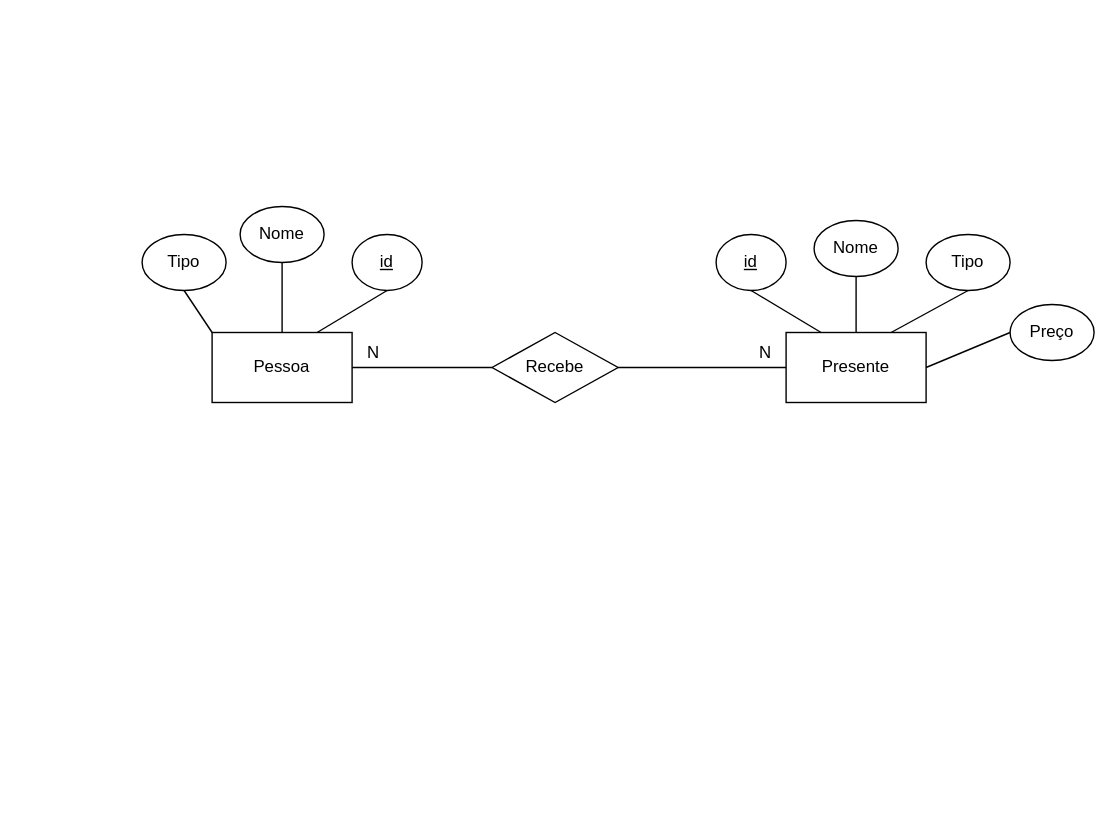
This is ambiente-de-dados/atividade-4/atividade-04-der.drawio from caiociribeiro/unifor-2025.1, a draw.io file, before an edit. Source tidied: cells renumbered, new cells numbered last; positions are measured from the earlier drawing's top-left corner, leaving out a move shared by most shapes. Both pictures are drawn from the tidied source at 140%, with x=0, y=0 at pixel (141, 206).
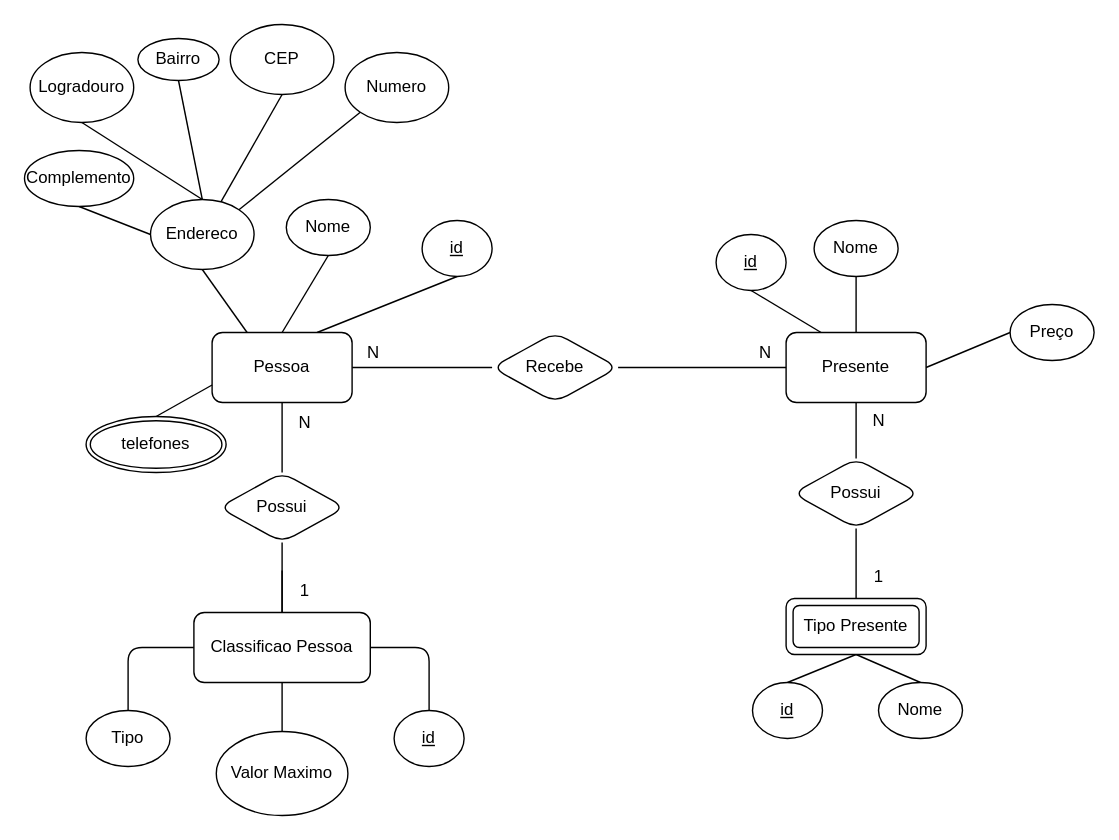
The same diagram, later.

Commit message (it also covers changes not shown here):
adiciona atividade 04 de ambiente de dados

The edit, as a diff of the source:
```diff
@@
-    <mxCell id="2" style="rounded=0;jettySize=auto;html=1;exitX=0.25;exitY=0;exitDx=0;exitDy=0;entryX=0.5;entryY=1;entryDx=0;entryDy=0;endArrow=none;startFill=0;" parent="1" edge="1" source="5" target="6">
+    <mxCell id="2" style="rounded=1;jettySize=auto;html=1;exitX=0.25;exitY=0;exitDx=0;exitDy=0;entryX=0.5;entryY=1;entryDx=0;entryDy=0;endArrow=none;startFill=0;labelBackgroundColor=none;fontColor=default;" parent="1" edge="1" source="5" target="6">
       <mxGeometry relative="1" as="geometry" />
     </mxCell>
-    <mxCell id="3" style="rounded=0;jettySize=auto;html=1;exitX=0.5;exitY=0;exitDx=0;exitDy=0;entryX=0.5;entryY=1;entryDx=0;entryDy=0;endArrow=none;startFill=0;" parent="1" edge="1" source="5" target="7">
+    <mxCell id="3" style="rounded=1;jettySize=auto;html=1;exitX=0.5;exitY=0;exitDx=0;exitDy=0;entryX=0.5;entryY=1;entryDx=0;entryDy=0;endArrow=none;startFill=0;labelBackgroundColor=none;fontColor=default;" parent="1" edge="1" source="5" target="7">
       <mxGeometry relative="1" as="geometry" />
     </mxCell>
-    <mxCell id="4" style="rounded=0;jettySize=auto;html=1;exitX=0.75;exitY=0;exitDx=0;exitDy=0;entryX=0.5;entryY=1;entryDx=0;entryDy=0;endArrow=none;startFill=0;" parent="1" edge="1" source="5" target="10">
-      <mxGeometry relative="1" as="geometry" />
-    </mxCell>
+    <mxCell id="23" style="edgeStyle=orthogonalEdgeStyle;rounded=1;jettySize=auto;html=1;exitX=0.5;exitY=1;exitDx=0;exitDy=0;entryX=0.5;entryY=0;entryDx=0;entryDy=0;endArrow=none;startFill=0;" parent="1" edge="1" source="5" target="56">
+      <mxGeometry relative="1" as="geometry" />
+    </mxCell>
-    <mxCell id="5" value="Presente" style="html=1;dashed=0;whiteSpace=wrap;" parent="1" vertex="1">
+    <mxCell id="5" value="Presente" style="html=1;dashed=0;whiteSpace=wrap;rounded=1;labelBackgroundColor=none;" parent="1" vertex="1">
       <mxGeometry x="460" y="90" width="100" height="50" as="geometry" />
     </mxCell>
-    <mxCell id="6" value="&lt;u&gt;id&lt;/u&gt;" style="ellipse;whiteSpace=wrap;html=1;align=center;" parent="1" vertex="1">
+    <mxCell id="6" value="&lt;u&gt;id&lt;/u&gt;" style="ellipse;whiteSpace=wrap;html=1;align=center;rounded=1;labelBackgroundColor=none;" parent="1" vertex="1">
       <mxGeometry x="410" y="20" width="50" height="40" as="geometry" />
     </mxCell>
-    <mxCell id="7" value="Nome" style="ellipse;whiteSpace=wrap;html=1;align=center;" parent="1" vertex="1">
+    <mxCell id="7" value="Nome" style="ellipse;whiteSpace=wrap;html=1;align=center;rounded=1;labelBackgroundColor=none;" parent="1" vertex="1">
       <mxGeometry x="480" y="10" width="60" height="40" as="geometry" />
     </mxCell>
-    <mxCell id="8" value="Preço" style="ellipse;whiteSpace=wrap;html=1;align=center;" parent="1" vertex="1">
+    <mxCell id="8" value="Preço" style="ellipse;whiteSpace=wrap;html=1;align=center;rounded=1;labelBackgroundColor=none;" parent="1" vertex="1">
       <mxGeometry x="620" y="70" width="60" height="40" as="geometry" />
     </mxCell>
-    <mxCell id="9" style="rounded=0;jettySize=auto;html=1;exitX=1;exitY=0.5;exitDx=0;exitDy=0;entryX=0;entryY=0.5;entryDx=0;entryDy=0;endArrow=none;startFill=0;" parent="1" edge="1" source="5" target="8">
+    <mxCell id="9" style="rounded=1;jettySize=auto;html=1;exitX=1;exitY=0.5;exitDx=0;exitDy=0;entryX=0;entryY=0.5;entryDx=0;entryDy=0;endArrow=none;startFill=0;labelBackgroundColor=none;fontColor=default;" parent="1" edge="1" source="5" target="8">
       <mxGeometry relative="1" as="geometry" />
     </mxCell>
-    <mxCell id="10" value="Tipo" style="ellipse;whiteSpace=wrap;html=1;align=center;" parent="1" vertex="1">
-      <mxGeometry x="560" y="20" width="60" height="40" as="geometry" />
-    </mxCell>
-    <mxCell id="11" style="rounded=0;jettySize=auto;html=1;entryX=0;entryY=0.5;entryDx=0;entryDy=0;endArrow=none;startFill=0;" parent="1" edge="1" source="12" target="5">
+    <mxCell id="11" style="rounded=1;jettySize=auto;html=1;entryX=0;entryY=0.5;entryDx=0;entryDy=0;endArrow=none;startFill=0;labelBackgroundColor=none;fontColor=default;" parent="1" edge="1" source="12" target="5">
       <mxGeometry relative="1" as="geometry" />
     </mxCell>
-    <mxCell id="12" value="Recebe" style="shape=rhombus;html=1;dashed=0;whiteSpace=wrap;perimeter=rhombusPerimeter;" parent="1" vertex="1">
+    <mxCell id="12" value="Recebe" style="shape=rhombus;html=1;dashed=0;whiteSpace=wrap;perimeter=rhombusPerimeter;rounded=1;labelBackgroundColor=none;" parent="1" vertex="1">
       <mxGeometry x="250" y="90" width="90" height="50" as="geometry" />
     </mxCell>
-    <mxCell id="13" style="edgeStyle=orthogonalEdgeStyle;rounded=0;jettySize=auto;html=1;entryX=0;entryY=0.5;entryDx=0;entryDy=0;endArrow=none;startFill=0;" parent="1" edge="1" source="17" target="12">
+    <mxCell id="13" style="edgeStyle=orthogonalEdgeStyle;rounded=1;jettySize=auto;html=1;entryX=0;entryY=0.5;entryDx=0;entryDy=0;endArrow=none;startFill=0;labelBackgroundColor=none;fontColor=default;" parent="1" edge="1" source="17" target="12">
       <mxGeometry relative="1" as="geometry" />
     </mxCell>
-    <mxCell id="14" style="rounded=0;jettySize=auto;html=1;exitX=0.75;exitY=0;exitDx=0;exitDy=0;entryX=0.5;entryY=1;entryDx=0;entryDy=0;endArrow=none;startFill=0;" parent="1" edge="1" source="17" target="20">
+    <mxCell id="14" style="rounded=1;jettySize=auto;html=1;exitX=0.75;exitY=0;exitDx=0;exitDy=0;entryX=0.5;entryY=1;entryDx=0;entryDy=0;endArrow=none;startFill=0;labelBackgroundColor=none;fontColor=default;" parent="1" edge="1" source="17" target="20">
       <mxGeometry relative="1" as="geometry" />
     </mxCell>
-    <mxCell id="15" style="edgeStyle=orthogonalEdgeStyle;rounded=0;jettySize=auto;html=1;exitX=0.5;exitY=0;exitDx=0;exitDy=0;endArrow=none;startFill=0;entryX=0.5;entryY=1;entryDx=0;entryDy=0;" parent="1" edge="1" source="17" target="21">
+    <mxCell id="15" style="rounded=1;jettySize=auto;html=1;exitX=0.5;exitY=0;exitDx=0;exitDy=0;endArrow=none;startFill=0;entryX=0.5;entryY=1;entryDx=0;entryDy=0;labelBackgroundColor=none;fontColor=default;" parent="1" edge="1" source="17" target="21">
       <mxGeometry relative="1" as="geometry" />
     </mxCell>
-    <mxCell id="16" style="rounded=0;jettySize=auto;html=1;exitX=0;exitY=0;exitDx=0;exitDy=0;entryX=0.5;entryY=1;entryDx=0;entryDy=0;endArrow=none;startFill=0;" parent="1" edge="1" source="17" target="22">
-      <mxGeometry relative="1" as="geometry" />
-    </mxCell>
+    <mxCell id="24" style="edgeStyle=orthogonalEdgeStyle;rounded=1;jettySize=auto;html=1;exitX=0.5;exitY=1;exitDx=0;exitDy=0;entryX=0.5;entryY=0;entryDx=0;entryDy=0;endArrow=none;startFill=0;labelBackgroundColor=none;fontColor=default;" parent="1" edge="1" source="17" target="38">
+      <mxGeometry relative="1" as="geometry" />
+    </mxCell>
+    <mxCell id="25" style="rounded=1;jettySize=auto;html=1;exitX=0.25;exitY=0;exitDx=0;exitDy=0;entryX=0.5;entryY=1;entryDx=0;entryDy=0;endArrow=none;startFill=0;labelBackgroundColor=none;fontColor=default;" parent="1" edge="1" source="17" target="46">
+      <mxGeometry relative="1" as="geometry" />
+    </mxCell>
-    <mxCell id="17" value="Pessoa" style="html=1;dashed=0;whiteSpace=wrap;" parent="1" vertex="1">
+    <mxCell id="17" value="Pessoa" style="html=1;dashed=0;whiteSpace=wrap;rounded=1;labelBackgroundColor=none;" parent="1" vertex="1">
       <mxGeometry x="50" y="90" width="100" height="50" as="geometry" />
     </mxCell>
-    <mxCell id="18" value="N" style="text;html=1;align=center;verticalAlign=middle;strokeColor=none;fillColor=none;" parent="1" vertex="1">
+    <mxCell id="18" value="N" style="text;html=1;align=center;verticalAlign=middle;strokeColor=none;fillColor=none;rounded=1;labelBackgroundColor=none;" parent="1" vertex="1">
       <mxGeometry x="150" y="90" width="30" height="30" as="geometry" />
     </mxCell>
-    <mxCell id="19" value="N" style="text;html=1;align=center;verticalAlign=middle;strokeColor=none;fillColor=none;" parent="1" vertex="1">
+    <mxCell id="19" value="N" style="text;html=1;align=center;verticalAlign=middle;strokeColor=none;fillColor=none;rounded=1;labelBackgroundColor=none;" parent="1" vertex="1">
       <mxGeometry x="430" y="90" width="30" height="30" as="geometry" />
     </mxCell>
-    <mxCell id="20" value="&lt;u&gt;id&lt;/u&gt;" style="ellipse;whiteSpace=wrap;html=1;align=center;" parent="1" vertex="1">
-      <mxGeometry x="150" y="20" width="50" height="40" as="geometry" />
+    <mxCell id="20" value="&lt;u&gt;id&lt;/u&gt;" style="ellipse;whiteSpace=wrap;html=1;align=center;rounded=1;labelBackgroundColor=none;" parent="1" vertex="1">
+      <mxGeometry x="200" y="10" width="50" height="40" as="geometry" />
     </mxCell>
-    <mxCell id="21" value="Nome" style="ellipse;whiteSpace=wrap;html=1;align=center;" parent="1" vertex="1">
-      <mxGeometry x="70" width="60" height="40" as="geometry" />
+    <mxCell id="21" value="Nome" style="ellipse;whiteSpace=wrap;html=1;align=center;rounded=1;labelBackgroundColor=none;" parent="1" vertex="1">
+      <mxGeometry x="103" y="-5" width="60" height="40" as="geometry" />
     </mxCell>
-    <mxCell id="22" value="Tipo" style="ellipse;whiteSpace=wrap;html=1;align=center;" parent="1" vertex="1">
-      <mxGeometry y="20" width="60" height="40" as="geometry" />
-    </mxCell>
+    <mxCell id="26" style="rounded=1;jettySize=auto;html=1;exitX=0.5;exitY=0;exitDx=0;exitDy=0;entryX=0;entryY=0.75;entryDx=0;entryDy=0;endArrow=none;startFill=0;labelBackgroundColor=none;fontColor=default;" parent="1" edge="1" source="27" target="17">
+      <mxGeometry relative="1" as="geometry" />
+    </mxCell>
+    <mxCell id="27" value="telefones" style="ellipse;shape=doubleEllipse;margin=3;whiteSpace=wrap;html=1;align=center;rounded=1;labelBackgroundColor=none;" parent="1" vertex="1">
+      <mxGeometry x="-40" y="150" width="100" height="40" as="geometry" />
+    </mxCell>
+    <mxCell id="28" style="edgeStyle=orthogonalEdgeStyle;rounded=1;orthogonalLoop=1;jettySize=auto;html=1;exitX=0.5;exitY=1;exitDx=0;exitDy=0;labelBackgroundColor=none;fontColor=default;" parent="1" edge="1" source="27" target="27">
+      <mxGeometry relative="1" as="geometry" />
+    </mxCell>
+    <mxCell id="29" style="edgeStyle=orthogonalEdgeStyle;rounded=1;jettySize=auto;html=1;exitX=0.5;exitY=0;exitDx=0;exitDy=0;entryX=0.5;entryY=1;entryDx=0;entryDy=0;endArrow=none;startFill=0;labelBackgroundColor=none;fontColor=default;" parent="1" edge="1" source="30" target="38">
+      <mxGeometry relative="1" as="geometry" />
+    </mxCell>
+    <mxCell id="30" value="Classificao Pessoa" style="html=1;dashed=0;whiteSpace=wrap;rounded=1;labelBackgroundColor=none;" parent="1" vertex="1">
+      <mxGeometry x="37" y="290" width="126" height="50" as="geometry" />
+    </mxCell>
+    <mxCell id="31" style="edgeStyle=orthogonalEdgeStyle;rounded=1;jettySize=auto;html=1;exitX=0.5;exitY=0;exitDx=0;exitDy=0;entryX=1;entryY=0.5;entryDx=0;entryDy=0;endArrow=none;startFill=0;labelBackgroundColor=none;fontColor=default;" parent="1" edge="1" source="32" target="30">
+      <mxGeometry relative="1" as="geometry" />
+    </mxCell>
+    <mxCell id="32" value="&lt;u&gt;id&lt;/u&gt;" style="ellipse;whiteSpace=wrap;html=1;align=center;rounded=1;labelBackgroundColor=none;" parent="1" vertex="1">
+      <mxGeometry x="180" y="360" width="50" height="40" as="geometry" />
+    </mxCell>
+    <mxCell id="33" style="edgeStyle=orthogonalEdgeStyle;rounded=1;jettySize=auto;html=1;exitX=0.5;exitY=0;exitDx=0;exitDy=0;entryX=0;entryY=0.5;entryDx=0;entryDy=0;endArrow=none;startFill=0;labelBackgroundColor=none;fontColor=default;" parent="1" edge="1" source="34" target="30">
+      <mxGeometry relative="1" as="geometry" />
+    </mxCell>
+    <mxCell id="34" value="&lt;div&gt;Tipo&lt;/div&gt;" style="ellipse;whiteSpace=wrap;html=1;align=center;rounded=1;labelBackgroundColor=none;" parent="1" vertex="1">
+      <mxGeometry x="-40" y="360" width="60" height="40" as="geometry" />
+    </mxCell>
+    <mxCell id="35" style="edgeStyle=orthogonalEdgeStyle;rounded=1;jettySize=auto;html=1;exitX=0.5;exitY=0;exitDx=0;exitDy=0;entryX=0.5;entryY=1;entryDx=0;entryDy=0;endArrow=none;startFill=0;labelBackgroundColor=none;fontColor=default;" parent="1" edge="1" source="36" target="30">
+      <mxGeometry relative="1" as="geometry" />
+    </mxCell>
+    <mxCell id="36" value="Valor Maximo" style="ellipse;whiteSpace=wrap;html=1;align=center;rounded=1;labelBackgroundColor=none;" parent="1" vertex="1">
+      <mxGeometry x="53" y="375" width="94" height="60" as="geometry" />
+    </mxCell>
+    <mxCell id="37" style="edgeStyle=orthogonalEdgeStyle;rounded=1;jettySize=auto;html=1;exitX=0.5;exitY=1;exitDx=0;exitDy=0;entryX=0.5;entryY=0;entryDx=0;entryDy=0;endArrow=none;startFill=0;labelBackgroundColor=none;fontColor=default;" parent="1" edge="1" target="30">
+      <mxGeometry relative="1" as="geometry">
+        <mxPoint x="100" y="260" as="sourcePoint" />
+      </mxGeometry>
+    </mxCell>
+    <mxCell id="38" value="Possui" style="shape=rhombus;html=1;dashed=0;whiteSpace=wrap;perimeter=rhombusPerimeter;rounded=1;labelBackgroundColor=none;" parent="1" vertex="1">
+      <mxGeometry x="55" y="190" width="90" height="50" as="geometry" />
+    </mxCell>
+    <mxCell id="39" value="N" style="text;html=1;align=center;verticalAlign=middle;strokeColor=none;fillColor=none;rounded=1;labelBackgroundColor=none;" parent="1" vertex="1">
+      <mxGeometry x="101" y="140" width="30" height="30" as="geometry" />
+    </mxCell>
+    <mxCell id="40" value="1" style="text;html=1;align=center;verticalAlign=middle;strokeColor=none;fillColor=none;rounded=1;labelBackgroundColor=none;" parent="1" vertex="1">
+      <mxGeometry x="101" y="260" width="30" height="30" as="geometry" />
+    </mxCell>
+    <mxCell id="41" style="rounded=1;hachureGap=4;jettySize=auto;html=1;exitX=0;exitY=0.5;exitDx=0;exitDy=0;entryX=0.5;entryY=1;entryDx=0;entryDy=0;fontFamily=Architects Daughter;fontColor=default;endArrow=none;startFill=0;labelBackgroundColor=none;" parent="1" edge="1" source="46" target="50">
+      <mxGeometry relative="1" as="geometry" />
+    </mxCell>
+    <mxCell id="42" style="rounded=1;hachureGap=4;jettySize=auto;html=1;exitX=0.5;exitY=0;exitDx=0;exitDy=0;entryX=0.5;entryY=1;entryDx=0;entryDy=0;fontFamily=Architects Daughter;fontColor=default;endArrow=none;startFill=0;labelBackgroundColor=none;" parent="1" edge="1" source="46" target="47">
+      <mxGeometry relative="1" as="geometry" />
+    </mxCell>
+    <mxCell id="43" style="rounded=1;hachureGap=4;jettySize=auto;html=1;exitX=0.5;exitY=0;exitDx=0;exitDy=0;entryX=0.5;entryY=1;entryDx=0;entryDy=0;fontFamily=Architects Daughter;fontColor=default;endArrow=none;startFill=0;labelBackgroundColor=none;" parent="1" edge="1" source="46" target="51">
+      <mxGeometry relative="1" as="geometry" />
+    </mxCell>
+    <mxCell id="44" style="edgeStyle=none;rounded=1;hachureGap=4;jettySize=auto;html=1;exitX=0.662;exitY=0.08;exitDx=0;exitDy=0;entryX=0.5;entryY=1;entryDx=0;entryDy=0;fontFamily=Architects Daughter;fontColor=default;endArrow=none;startFill=0;labelBackgroundColor=none;exitPerimeter=0;" parent="1" edge="1" source="46" target="48">
+      <mxGeometry relative="1" as="geometry" />
+    </mxCell>
+    <mxCell id="45" style="rounded=1;hachureGap=4;jettySize=auto;html=1;exitX=1;exitY=0;exitDx=0;exitDy=0;entryX=0;entryY=1;entryDx=0;entryDy=0;fontFamily=Architects Daughter;endArrow=none;startFill=0;" parent="1" edge="1" source="46" target="49">
+      <mxGeometry relative="1" as="geometry" />
+    </mxCell>
+    <mxCell id="46" value="Endereco" style="ellipse;whiteSpace=wrap;html=1;rounded=1;labelBackgroundColor=none;" parent="1" vertex="1">
+      <mxGeometry x="6" y="-5" width="74" height="50" as="geometry" />
+    </mxCell>
+    <mxCell id="47" value="Logradouro" style="ellipse;whiteSpace=wrap;html=1;rounded=1;labelBackgroundColor=none;" parent="1" vertex="1">
+      <mxGeometry x="-80" y="-110" width="74" height="50" as="geometry" />
+    </mxCell>
+    <mxCell id="48" value="&lt;div&gt;CEP&lt;/div&gt;" style="ellipse;whiteSpace=wrap;html=1;rounded=1;labelBackgroundColor=none;" parent="1" vertex="1">
+      <mxGeometry x="63" y="-130" width="74" height="50" as="geometry" />
+    </mxCell>
+    <mxCell id="49" value="Numero" style="ellipse;whiteSpace=wrap;html=1;rounded=1;labelBackgroundColor=none;" parent="1" vertex="1">
+      <mxGeometry x="145" y="-110" width="74" height="50" as="geometry" />
+    </mxCell>
+    <mxCell id="50" value="Complemento" style="ellipse;whiteSpace=wrap;html=1;rounded=1;labelBackgroundColor=none;" parent="1" vertex="1">
+      <mxGeometry x="-84" y="-40" width="78" height="40" as="geometry" />
+    </mxCell>
+    <mxCell id="51" value="Bairro" style="ellipse;whiteSpace=wrap;html=1;rounded=1;labelBackgroundColor=none;" parent="1" vertex="1">
+      <mxGeometry x="-3" y="-120" width="58" height="30" as="geometry" />
+    </mxCell>
+    <mxCell id="52" style="rounded=1;jettySize=auto;html=1;exitX=0.5;exitY=1;exitDx=0;exitDy=0;entryX=0.5;entryY=0;entryDx=0;entryDy=0;endArrow=none;startFill=0;" parent="1" edge="1" source="54" target="57">
+      <mxGeometry relative="1" as="geometry" />
+    </mxCell>
+    <mxCell id="53" style="rounded=1;jettySize=auto;html=1;exitX=0.5;exitY=1;exitDx=0;exitDy=0;entryX=0.5;entryY=0;entryDx=0;entryDy=0;endArrow=none;startFill=0;" parent="1" edge="1" source="54" target="58">
+      <mxGeometry relative="1" as="geometry" />
+    </mxCell>
+    <mxCell id="54" value="Tipo Presente" style="shape=ext;margin=3;double=1;whiteSpace=wrap;html=1;align=center;rounded=1;" parent="1" vertex="1">
+      <mxGeometry x="460" y="280" width="100" height="40" as="geometry" />
+    </mxCell>
+    <mxCell id="55" style="edgeStyle=orthogonalEdgeStyle;rounded=1;jettySize=auto;html=1;exitX=0.5;exitY=1;exitDx=0;exitDy=0;entryX=0.5;entryY=0;entryDx=0;entryDy=0;endArrow=none;startFill=0;" parent="1" edge="1" source="56" target="54">
+      <mxGeometry relative="1" as="geometry" />
+    </mxCell>
+    <mxCell id="56" value="Possui" style="shape=rhombus;html=1;dashed=0;whiteSpace=wrap;perimeter=rhombusPerimeter;rounded=1;labelBackgroundColor=none;" parent="1" vertex="1">
+      <mxGeometry x="465" y="180" width="90" height="50" as="geometry" />
+    </mxCell>
+    <mxCell id="57" value="&lt;u&gt;id&lt;/u&gt;" style="ellipse;whiteSpace=wrap;html=1;align=center;rounded=1;labelBackgroundColor=none;" parent="1" vertex="1">
+      <mxGeometry x="436" y="340" width="50" height="40" as="geometry" />
+    </mxCell>
+    <mxCell id="58" value="Nome" style="ellipse;whiteSpace=wrap;html=1;align=center;rounded=1;labelBackgroundColor=none;" parent="1" vertex="1">
+      <mxGeometry x="526" y="340" width="60" height="40" as="geometry" />
+    </mxCell>
+    <mxCell id="59" value="N" style="text;html=1;align=center;verticalAlign=middle;strokeColor=none;fillColor=none;rounded=1;" parent="1" vertex="1">
+      <mxGeometry x="511" y="138" width="30" height="30" as="geometry" />
+    </mxCell>
+    <mxCell id="60" value="1" style="text;html=1;align=center;verticalAlign=middle;strokeColor=none;fillColor=none;rounded=1;" parent="1" vertex="1">
+      <mxGeometry x="511" y="250" width="30" height="30" as="geometry" />
+    </mxCell>
```
